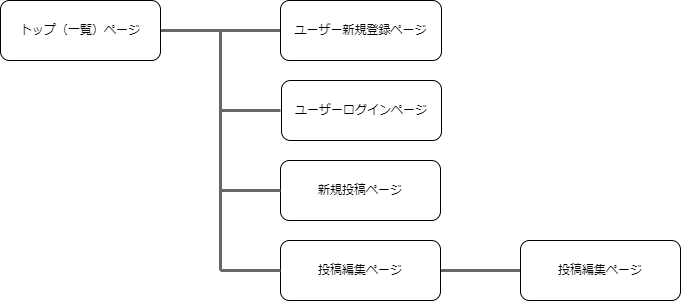
The draw.io diagram transition.png in natimura/Better, before a commit. Source tidied: cells renumbered, new cells last; positions are measured from the earlier drawing's top-left corner, leaving out a move shared by most shapes. The source it was exported from:
```xml
<mxGraphModel>
  <root>
    <mxCell id="0" />
    <mxCell id="1" parent="0" />
    <mxCell id="2" style="edgeStyle=none;html=1;endArrow=none;endFill=0;strokeWidth=3;fillColor=#f5f5f5;strokeColor=#666666;" parent="1" edge="1" source="3" target="4">
      <mxGeometry relative="1" as="geometry" />
    </mxCell>
    <mxCell id="3" value="トップ（一覧）ページ" style="rounded=1;whiteSpace=wrap;html=1;" parent="1" vertex="1">
      <mxGeometry width="160" height="60" as="geometry" />
    </mxCell>
    <mxCell id="4" value="ユーザー新規登録ページ" style="whiteSpace=wrap;html=1;rounded=1;" parent="1" vertex="1">
      <mxGeometry x="280" width="161" height="60" as="geometry" />
    </mxCell>
    <mxCell id="5" value="ユーザーログインページ" style="rounded=1;whiteSpace=wrap;html=1;" parent="1" vertex="1">
      <mxGeometry x="281" y="80" width="160" height="60" as="geometry" />
    </mxCell>
    <mxCell id="6" value="新規投稿ページ" style="rounded=1;whiteSpace=wrap;html=1;" parent="1" vertex="1">
      <mxGeometry x="280" y="160" width="160" height="60" as="geometry" />
    </mxCell>
    <mxCell id="7" style="edgeStyle=none;html=1;endArrow=none;endFill=0;" parent="1" edge="1" target="9">
      <mxGeometry relative="1" as="geometry">
        <mxPoint x="400" y="270" as="sourcePoint" />
      </mxGeometry>
    </mxCell>
    <mxCell id="8" style="edgeStyle=none;html=1;endArrow=none;endFill=0;strokeWidth=3;fillColor=#f5f5f5;strokeColor=#666666;" parent="1" edge="1" source="9" target="10">
      <mxGeometry relative="1" as="geometry" />
    </mxCell>
    <mxCell id="9" value="投稿編集ページ" style="rounded=1;whiteSpace=wrap;html=1;" parent="1" vertex="1">
      <mxGeometry x="520" y="240" width="160" height="60" as="geometry" />
    </mxCell>
    <mxCell id="10" value="投稿編集ページ" style="rounded=1;whiteSpace=wrap;html=1;" parent="1" vertex="1">
      <mxGeometry x="280" y="240" width="160" height="60" as="geometry" />
    </mxCell>
    <mxCell id="11" style="endArrow=none;html=1;strokeWidth=3;fillColor=#f5f5f5;strokeColor=#666666;" parent="1" edge="1">
      <mxGeometry relative="1" as="geometry">
        <mxPoint x="220" y="270" as="sourcePoint" />
        <mxPoint x="220" y="30" as="targetPoint" />
      </mxGeometry>
    </mxCell>
    <mxCell id="12" style="endArrow=none;html=1;strokeWidth=3;fillColor=#f5f5f5;strokeColor=#666666;" parent="1" edge="1">
      <mxGeometry relative="1" as="geometry">
        <mxPoint x="220" y="110" as="sourcePoint" />
        <mxPoint x="280" y="110" as="targetPoint" />
      </mxGeometry>
    </mxCell>
    <mxCell id="13" style="endArrow=none;html=1;entryX=0;entryY=0.5;entryDx=0;entryDy=0;strokeWidth=3;fillColor=#f5f5f5;strokeColor=#666666;" parent="1" edge="1" target="6">
      <mxGeometry relative="1" as="geometry">
        <mxPoint x="220" y="190" as="sourcePoint" />
      </mxGeometry>
    </mxCell>
    <mxCell id="14" style="endArrow=none;html=1;strokeWidth=3;fillColor=#f5f5f5;strokeColor=#666666;" parent="1" edge="1">
      <mxGeometry relative="1" as="geometry">
        <mxPoint x="220" y="270" as="sourcePoint" />
        <mxPoint x="280" y="270" as="targetPoint" />
      </mxGeometry>
    </mxCell>
  </root>
</mxGraphModel>
```
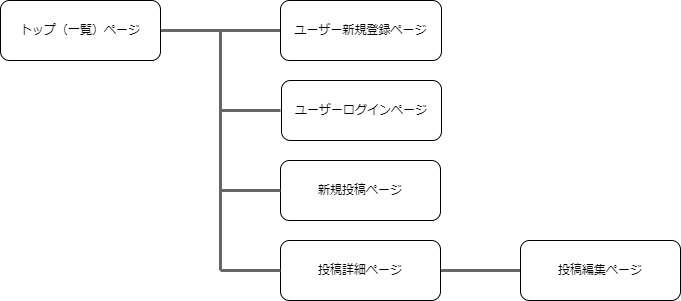
After the commit.

What changed in the source:
```diff
@@ -28,7 +28,7 @@
     <mxCell id="9" value="投稿編集ページ" style="rounded=1;whiteSpace=wrap;html=1;" parent="1" vertex="1">
       <mxGeometry x="520" y="240" width="160" height="60" as="geometry" />
     </mxCell>
-    <mxCell id="10" value="投稿編集ページ" style="rounded=1;whiteSpace=wrap;html=1;" parent="1" vertex="1">
+    <mxCell id="10" value="投稿詳細ページ" style="rounded=1;whiteSpace=wrap;html=1;" parent="1" vertex="1">
       <mxGeometry x="280" y="240" width="160" height="60" as="geometry" />
     </mxCell>
     <mxCell id="11" style="endArrow=none;html=1;strokeWidth=3;fillColor=#f5f5f5;strokeColor=#666666;" parent="1" edge="1">
```
